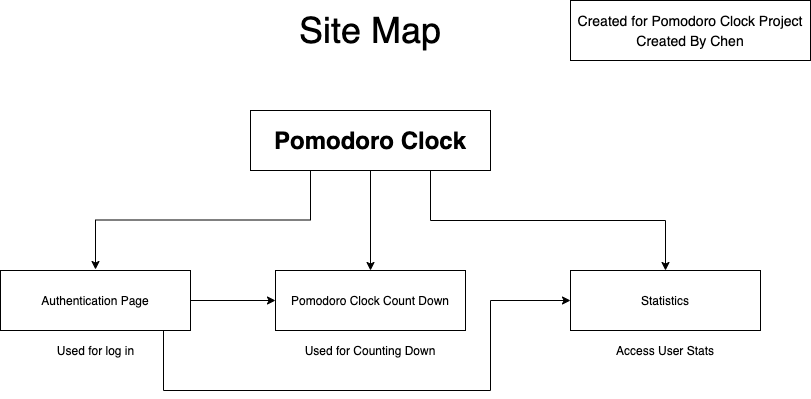
Above: documentation/sitemap.png in chen-jin021/save_food (draw.io), before the change. Source tidied: cells renumbered, new cells last; positions are measured from the earlier drawing's top-left corner, leaving out a move shared by most shapes.
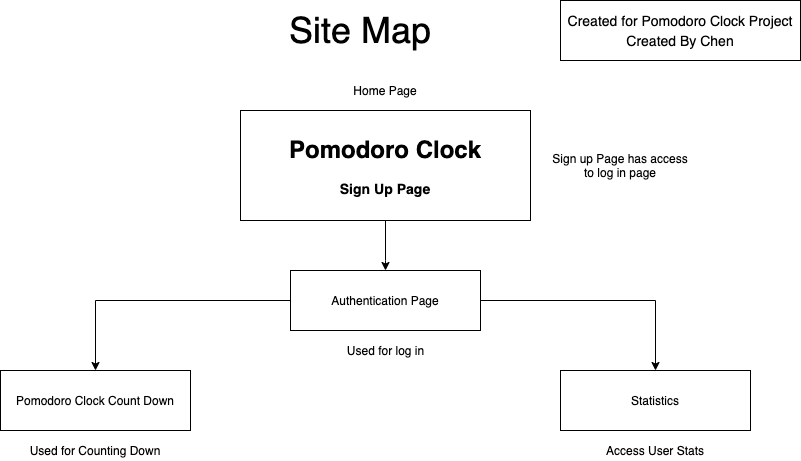
After the commit.

The edit, as a diff of the source:
```diff
@@ -14,52 +14,46 @@
     <mxCell id="5" value="&lt;font style=&quot;font-size: 14px&quot;&gt;Created By Chen&lt;/font&gt;" style="text;html=1;strokeColor=none;fillColor=none;align=center;verticalAlign=middle;whiteSpace=wrap;rounded=0;" parent="1" vertex="1">
       <mxGeometry x="570" y="30" width="240" height="20" as="geometry" />
     </mxCell>
-    <mxCell id="6" style="edgeStyle=orthogonalEdgeStyle;rounded=0;jettySize=auto;html=1;exitX=0.25;exitY=1;exitDx=0;exitDy=0;" parent="1" edge="1" source="9">
+    <mxCell id="6" style="edgeStyle=orthogonalEdgeStyle;rounded=0;jettySize=auto;html=1;exitX=0.5;exitY=1;exitDx=0;exitDy=0;entryX=0.5;entryY=0;entryDx=0;entryDy=0;" parent="1" edge="1" source="9" target="12">
       <mxGeometry relative="1" as="geometry">
-        <mxPoint x="95" y="269" as="targetPoint" />
+        <Array as="points">
+          <mxPoint x="395" y="260" />
+          <mxPoint x="395" y="260" />
+        </Array>
       </mxGeometry>
     </mxCell>
-    <mxCell id="7" style="edgeStyle=orthogonalEdgeStyle;rounded=0;jettySize=auto;html=1;exitX=0.5;exitY=1;exitDx=0;exitDy=0;" parent="1" edge="1" source="9">
-      <mxGeometry relative="1" as="geometry">
-        <mxPoint x="370" y="270" as="targetPoint" />
-      </mxGeometry>
-    </mxCell>
-    <mxCell id="8" style="edgeStyle=orthogonalEdgeStyle;rounded=0;jettySize=auto;html=1;exitX=0.75;exitY=1;exitDx=0;exitDy=0;entryX=0.5;entryY=0;entryDx=0;entryDy=0;" parent="1" edge="1" source="9" target="16">
-      <mxGeometry relative="1" as="geometry" />
-    </mxCell>
-    <mxCell id="9" value="&lt;h1&gt;Pomodoro Clock&lt;/h1&gt;" style="rounded=0;whiteSpace=wrap;html=1;" parent="1" vertex="1">
-      <mxGeometry x="250" y="110" width="240" height="60" as="geometry" />
+    <mxCell id="9" value="&lt;h1&gt;Pomodoro Clock&lt;/h1&gt;&lt;h3&gt;Sign Up Page&lt;/h3&gt;" style="rounded=0;whiteSpace=wrap;html=1;" parent="1" vertex="1">
+      <mxGeometry x="250" y="110" width="290" height="110" as="geometry" />
     </mxCell>
-    <mxCell id="10" style="edgeStyle=orthogonalEdgeStyle;rounded=0;jettySize=auto;html=1;exitX=1;exitY=0.5;exitDx=0;exitDy=0;entryX=0;entryY=0.5;entryDx=0;entryDy=0;" parent="1" edge="1" source="12" target="14">
+    <mxCell id="10" style="edgeStyle=orthogonalEdgeStyle;rounded=0;jettySize=auto;html=1;exitX=0;exitY=0.5;exitDx=0;exitDy=0;" parent="1" edge="1" source="12" target="14">
       <mxGeometry relative="1" as="geometry" />
     </mxCell>
-    <mxCell id="11" style="edgeStyle=orthogonalEdgeStyle;rounded=0;jettySize=auto;html=1;entryX=0;entryY=0.5;entryDx=0;entryDy=0;" parent="1" edge="1" target="16">
-      <mxGeometry relative="1" as="geometry">
-        <mxPoint x="163" y="330" as="sourcePoint" />
-        <Array as="points">
-          <mxPoint x="163" y="390" />
-          <mxPoint x="490" y="390" />
-          <mxPoint x="490" y="300" />
-        </Array>
-      </mxGeometry>
-    </mxCell>
+    <mxCell id="18" style="edgeStyle=orthogonalEdgeStyle;rounded=0;jettySize=auto;html=1;exitX=1;exitY=0.5;exitDx=0;exitDy=0;entryX=0.5;entryY=0;entryDx=0;entryDy=0;" parent="1" edge="1" source="12" target="16">
+      <mxGeometry relative="1" as="geometry" />
+    </mxCell>
     <mxCell id="12" value="Authentication Page" style="rounded=0;whiteSpace=wrap;html=1;" parent="1" vertex="1">
-      <mxGeometry y="270" width="190" height="60" as="geometry" />
+      <mxGeometry x="300" y="270" width="190" height="60" as="geometry" />
     </mxCell>
     <mxCell id="13" value="Used for log in" style="text;html=1;strokeColor=none;fillColor=none;align=center;verticalAlign=middle;whiteSpace=wrap;rounded=0;" parent="1" vertex="1">
-      <mxGeometry x="47.5" y="340" width="95" height="20" as="geometry" />
+      <mxGeometry x="347.5" y="340" width="95" height="20" as="geometry" />
     </mxCell>
     <mxCell id="14" value="Pomodoro Clock Count Down" style="rounded=0;whiteSpace=wrap;html=1;" parent="1" vertex="1">
-      <mxGeometry x="275" y="270" width="190" height="60" as="geometry" />
+      <mxGeometry x="10" y="370" width="190" height="60" as="geometry" />
     </mxCell>
     <mxCell id="15" value="Used for Counting Down" style="text;html=1;strokeColor=none;fillColor=none;align=center;verticalAlign=middle;whiteSpace=wrap;rounded=0;" parent="1" vertex="1">
-      <mxGeometry x="300" y="340" width="140" height="20" as="geometry" />
+      <mxGeometry x="35" y="440" width="140" height="20" as="geometry" />
     </mxCell>
     <mxCell id="16" value="Statistics" style="rounded=0;whiteSpace=wrap;html=1;" parent="1" vertex="1">
-      <mxGeometry x="570" y="270" width="190" height="60" as="geometry" />
+      <mxGeometry x="570" y="370" width="190" height="60" as="geometry" />
     </mxCell>
     <mxCell id="17" value="Access User Stats" style="text;html=1;strokeColor=none;fillColor=none;align=center;verticalAlign=middle;whiteSpace=wrap;rounded=0;" parent="1" vertex="1">
-      <mxGeometry x="595" y="340" width="140" height="20" as="geometry" />
+      <mxGeometry x="595" y="440" width="140" height="20" as="geometry" />
     </mxCell>
+    <mxCell id="19" value="Home Page" style="text;html=1;strokeColor=none;fillColor=none;align=center;verticalAlign=middle;whiteSpace=wrap;rounded=0;" parent="1" vertex="1">
+      <mxGeometry x="315" y="80" width="160" height="20" as="geometry" />
+    </mxCell>
+    <mxCell id="20" value="Sign up Page has access to log in page" style="text;html=1;strokeColor=none;fillColor=none;align=center;verticalAlign=middle;whiteSpace=wrap;rounded=0;" parent="1" vertex="1">
+      <mxGeometry x="560" y="145" width="140" height="40" as="geometry" />
+    </mxCell>
   </root>
 </mxGraphModel>
```
